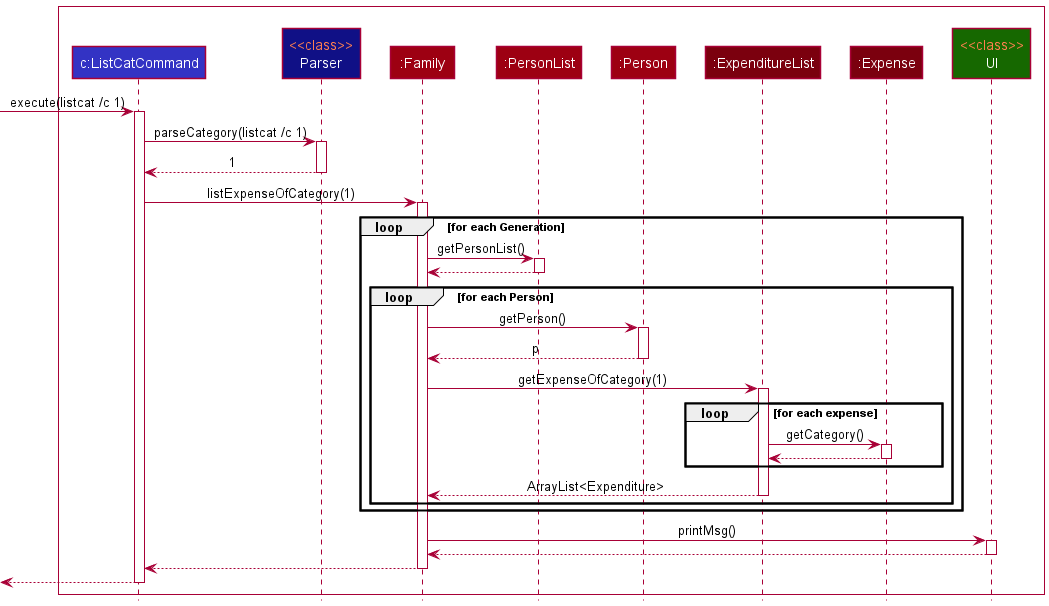
Earlier version of the PlantUML export docs/images/ListCategorisedExpenseSequence.png (nus-cs2113-AY2122S2/tp).
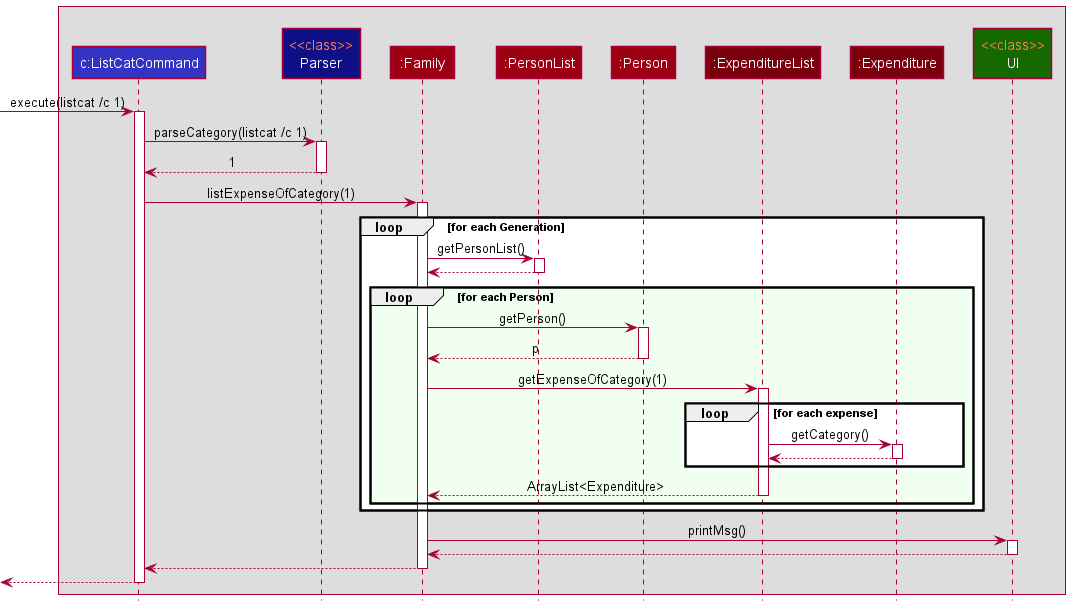
The same diagram one commit later.

What changed in the source:
```diff
@@ -1,14 +1,14 @@
 @startuml
 !include style.puml
 
-box " " #WHITE
+box " "
     participant "c:ListCatCommand" as Commands LOGIC_COLOR
     participant "<color:coral><<class>>\nParser" as Parser LOGIC_COLOR_T4
     participant ":Family" as Family MODEL_COLOR
     participant ":PersonList" as PList MODEL_COLOR
     participant ":Person" as Person MODEL_COLOR
     participant ":ExpenditureList" as MList MODEL_COLOR_T3
-    participant ":Expense" as Money MODEL_COLOR_T3
+    participant ":Expenditure" as Money MODEL_COLOR_T3
     participant "<color:coral><<class>>\nUI" as UI UI_COLOR_T3
 end box
 
@@ -30,7 +30,7 @@
     PList --> Family
     deactivate PList
 
-    loop for each Person
+    loop #honeydew for each Person
         Family -> Person : getPerson()
         activate Person
         Person --> Family : p
```
